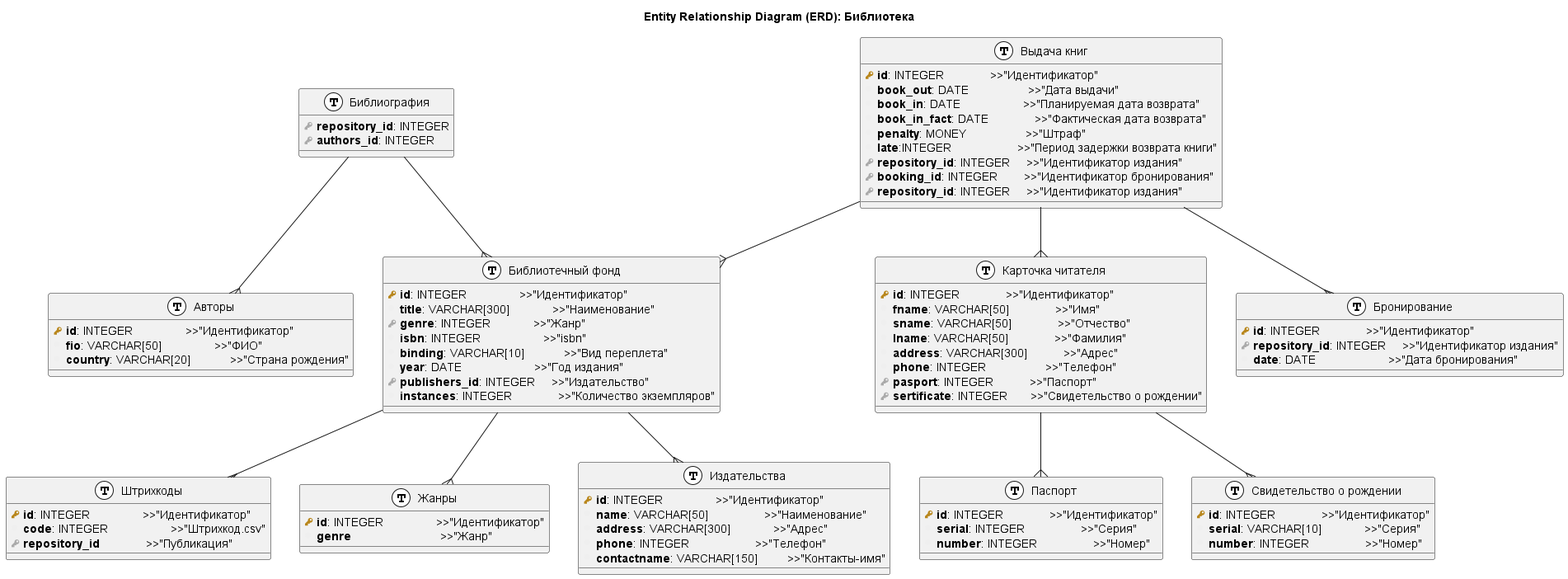
This is out/pw3/erd/erd.png from esoe/DEV_DB_03, a PlantUML export, as it was before one commit.
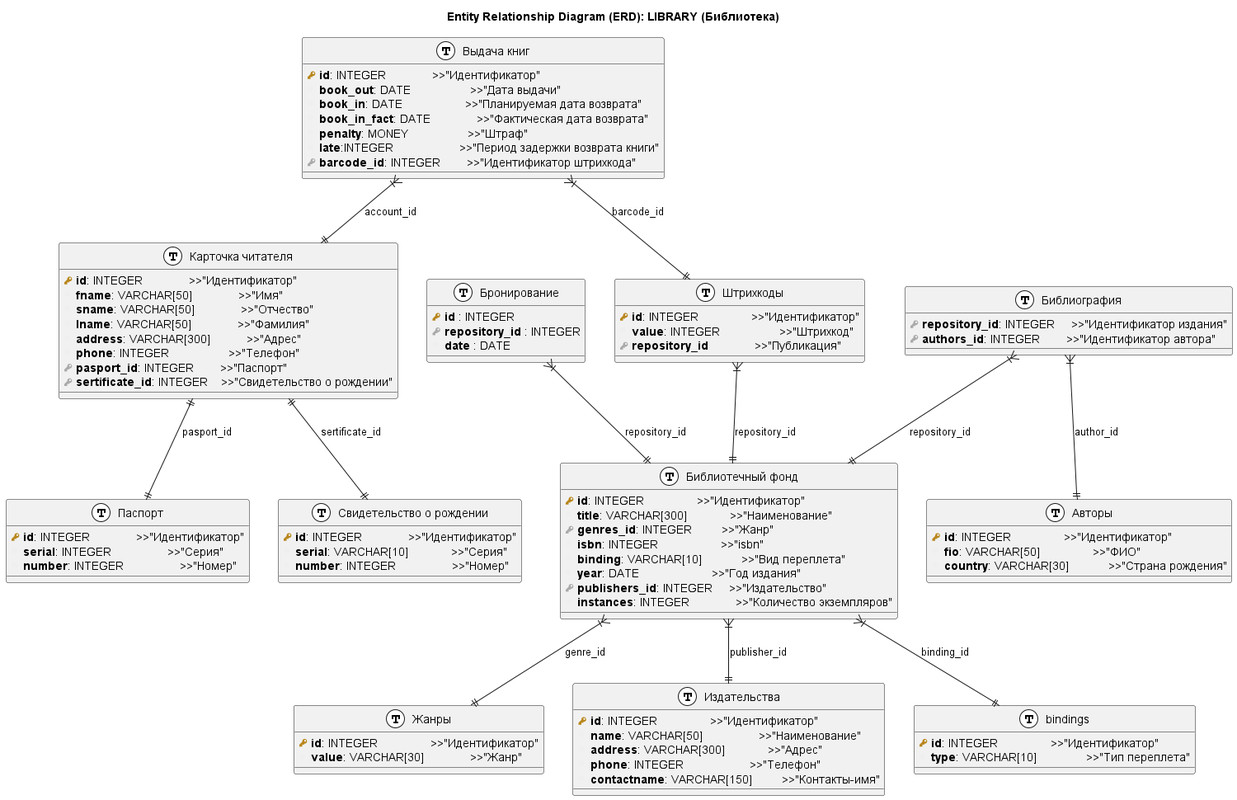
The same file after the commit.

The edit, as a diff of the source:
```diff
@@ -1,10 +1,10 @@
-@startuml
+@startuml ERD
 !define primary_key(x) <b><color:#b8861b><&key></color> x</b>
 !define foreign_key(x) <b><color:#aaaaaa><&key></color> x</b>
 !define column(x) <b><color:#efefef><&media-record></color> x</b>
 !define table(x) entity x << (T, white) >>
 
-title "Entity Relationship Diagram (ERD): Библиотека"
+title "Entity Relationship Diagram (ERD): LIBRARY (Библиотека)"
 entity "Библиотечный фонд" as repository
 entity "Авторы" as authors
 entity "Штрихкоды" as barcodes
@@ -17,11 +17,10 @@
 entity "Выдача книг" as allocation
 entity "Бронирование" as booking
 
-
 table(repository) {
     primary_key(id): INTEGER                >>"Идентификатор"
     column(title): VARCHAR[300]             >>"Наименование"
-    foreign_key(genre): INTEGER             >>"Жанр"
+    foreign_key(genres_id): INTEGER         >>"Жанр"
     column(isbn): INTEGER                   >>"isbn"
     column(binding): VARCHAR[10]            >>"Вид переплета"
     column(year): DATE                      >>"Год издания"
@@ -29,26 +28,31 @@
     column(instances): INTEGER              >>"Количество экземпляров"
 }
 
+table(bindings){
+    primary_key(id): INTEGER                >>"Идентификатор"
+    column(type): VARCHAR[10]               >>"Тип переплета"
+}
+
 table(authors){
     primary_key(id): INTEGER                >>"Идентификатор"
     column(fio): VARCHAR[50]                >>"ФИО"
-    column(country): VARCHAR[20]            >>"Страна рождения"
+    column(country): VARCHAR[30]            >>"Страна рождения"
 }
 
 table(barcodes){
     primary_key(id): INTEGER                >>"Идентификатор"
-    column(code): INTEGER                   >>"Штрихкод.csv"
+    column(value): INTEGER                  >>"Штрихкод"
     foreign_key(repository_id)              >>"Публикация"
 }
 
 table(bibliography){
-    foreign_key(repository_id): INTEGER
-    foreign_key(authors_id): INTEGER
+    foreign_key(repository_id): INTEGER     >>"Идентификатор издания"
+    foreign_key(authors_id): INTEGER        >>"Идентификатор автора"
 }
 
 table(genres){
     primary_key(id): INTEGER                >>"Идентификатор"
-    column(genre)                           >>"Жанр"
+    column(value): VARCHAR[30]              >>"Жанр"
 }
 
 table(publishers) {
@@ -66,8 +70,8 @@
     column(lname): VARCHAR[50]              >>"Фамилия"
     column(address): VARCHAR[300]           >>"Адрес"
     column(phone): INTEGER                  >>"Телефон"
-    foreign_key(pasport): INTEGER           >>"Паспорт"
-    foreign_key(sertificate): INTEGER       >>"Свидетельство о рождении"
+    foreign_key(pasport_id): INTEGER        >>"Паспорт"
+    foreign_key(sertificate_id): INTEGER    >>"Свидетельство о рождении"
 }
 
 table(pasports){
@@ -75,11 +79,13 @@
     column(serial): INTEGER                 >>"Серия"
     column(number): INTEGER                 >>"Номер"
 }
+
 table(certificates){
     primary_key( id ): INTEGER              >>"Идентификатор"
     column(serial): VARCHAR[10]             >>"Серия"
     column(number): INTEGER                 >>"Номер"
 }
+
 table(allocation) {
     primary_key( id ): INTEGER              >>"Идентификатор"
     column(book_out): DATE                  >>"Дата выдачи"
@@ -87,31 +93,29 @@
     column(book_in_fact): DATE              >>"Фактическая дата возврата"
     column(penalty): MONEY                  >>"Штраф"
     column(late):INTEGER                    >>"Период задержки возврата книги"
-    foreign_key(repository_id): INTEGER     >>"Идентификатор издания"
-    foreign_key(booking_id): INTEGER        >>"Идентификатор бронирования"
-    foreign_key(repository_id): INTEGER     >>"Идентификатор издания"
+    foreign_key(barcode_id): INTEGER        >>"Идентификатор штрихкода"
 }
 
 table(booking){
-    primary_key( id ): INTEGER              >>"Идентификатор"
-    foreign_key(repository_id): INTEGER     >>"Идентификатор издания"
-    column(date): DATE                      >>"Дата бронирования"
+    primary_key(id) : INTEGER
+    foreign_key(repository_id) : INTEGER
+    column(date) : DATE
 }
 
+repository }|--|| publishers : "publisher_id"
+repository }|--|| genres : "genre_id"
+repository }|--|| bindings : "binding_id"
 
-repository --{ publishers
-repository --{ barcodes
-repository --{ genres
+barcodes }|--|| repository : "repository_id"
 
-bibliography --{ repository
-bibliography --{ authors
+bibliography }|--|| repository : "repository_id"
+bibliography }|--|| authors : "author_id"
 
-accounts --{ certificates
-accounts --{ pasports
+accounts ||--|| certificates : "sertificate_id"
+accounts ||--|| pasports : "pasport_id"
 
-allocation --{ booking
-allocation --{ repository
-allocation --{ accounts
+booking }|--|| repository : "repository_id"
 
-
+allocation }|--|| barcodes : "barcode_id"
+allocation }|--|| accounts : "account_id"
 @enduml
```
